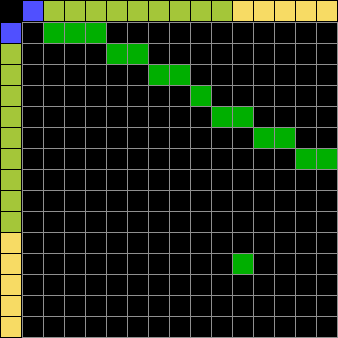
jin/android-projects keeps this Graphviz diagram as variable_tree/dependencies.png. Above is the earlier version. Its source is kept beside it as variable_tree/dependencies.dot.
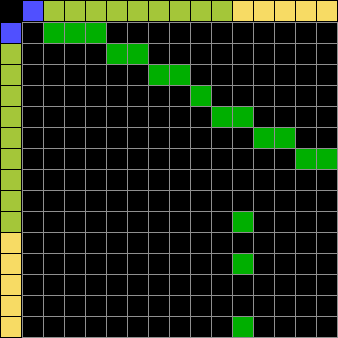
The same diagram one commit later.

What changed in the source:
```diff
@@ -8,10 +8,10 @@
   androidAppModule6 -> module3, module4;
   androidAppModule7;
   androidAppModule8;
-  androidAppModule9;
+  androidAppModule9 -> module0;
   module0;
   module1 -> module0;
   module2;
   module3;
-  module4;
+  module4 -> module0;
 }
```
